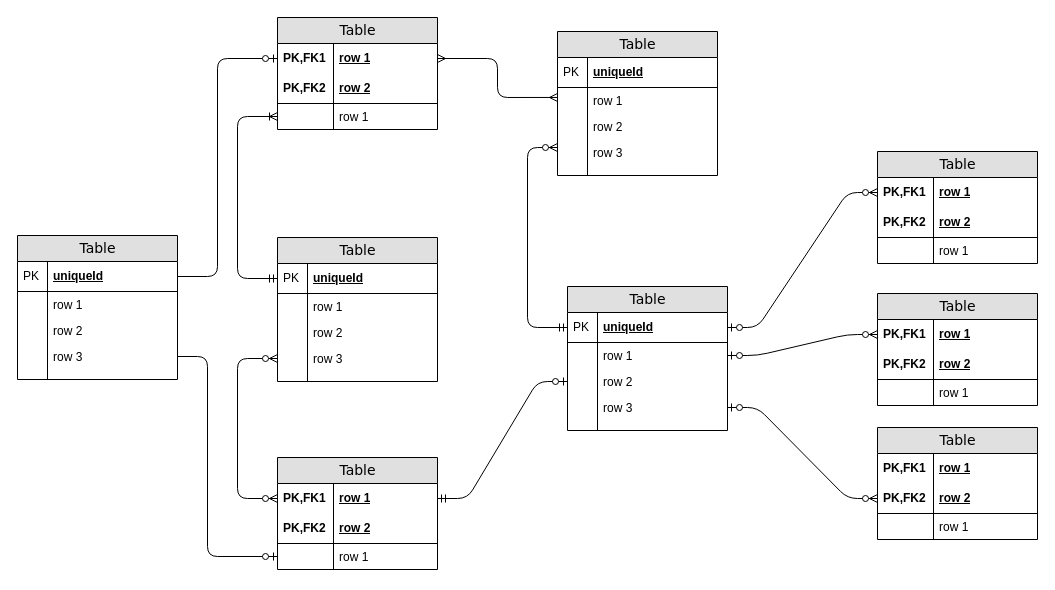
Earlier version of the draw.io diagram Diagrama sem nome.drawio (jeform/my-budget). Source tidied: cells renumbered, new cells numbered last; positions are measured from the earlier drawing's top-left corner, leaving out a move shared by most shapes. Both pictures are drawn from the tidied source at 100%, with x=0, y=0 at pixel (17, 17).
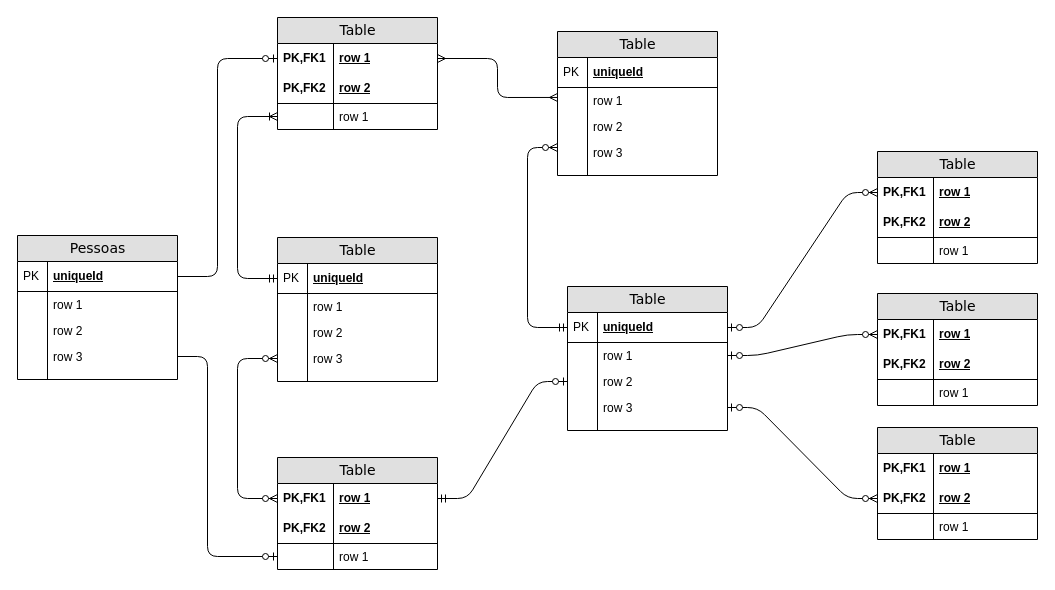
Above is the later version.

Change to the diagram source:
```diff
@@
-    <mxCell id="78" value="Table" style="swimlane;html=1;fontStyle=0;horizontal=1;startSize=26;fillColor=#e0e0e0;swimlaneFillColor=#ffffff;align=center;rounded=0;shadow=0;comic=0;labelBackgroundColor=none;strokeWidth=1;fontFamily=Verdana;fontSize=14;" parent="1" vertex="1">
+    <mxCell id="78" value="Pessoas" style="swimlane;html=1;fontStyle=0;horizontal=1;startSize=26;fillColor=#e0e0e0;swimlaneFillColor=#ffffff;align=center;rounded=0;shadow=0;comic=0;labelBackgroundColor=none;strokeWidth=1;fontFamily=Verdana;fontSize=14;" parent="1" vertex="1">
       <mxGeometry y="218" width="160" height="144" as="geometry" />
     </mxCell>
```
